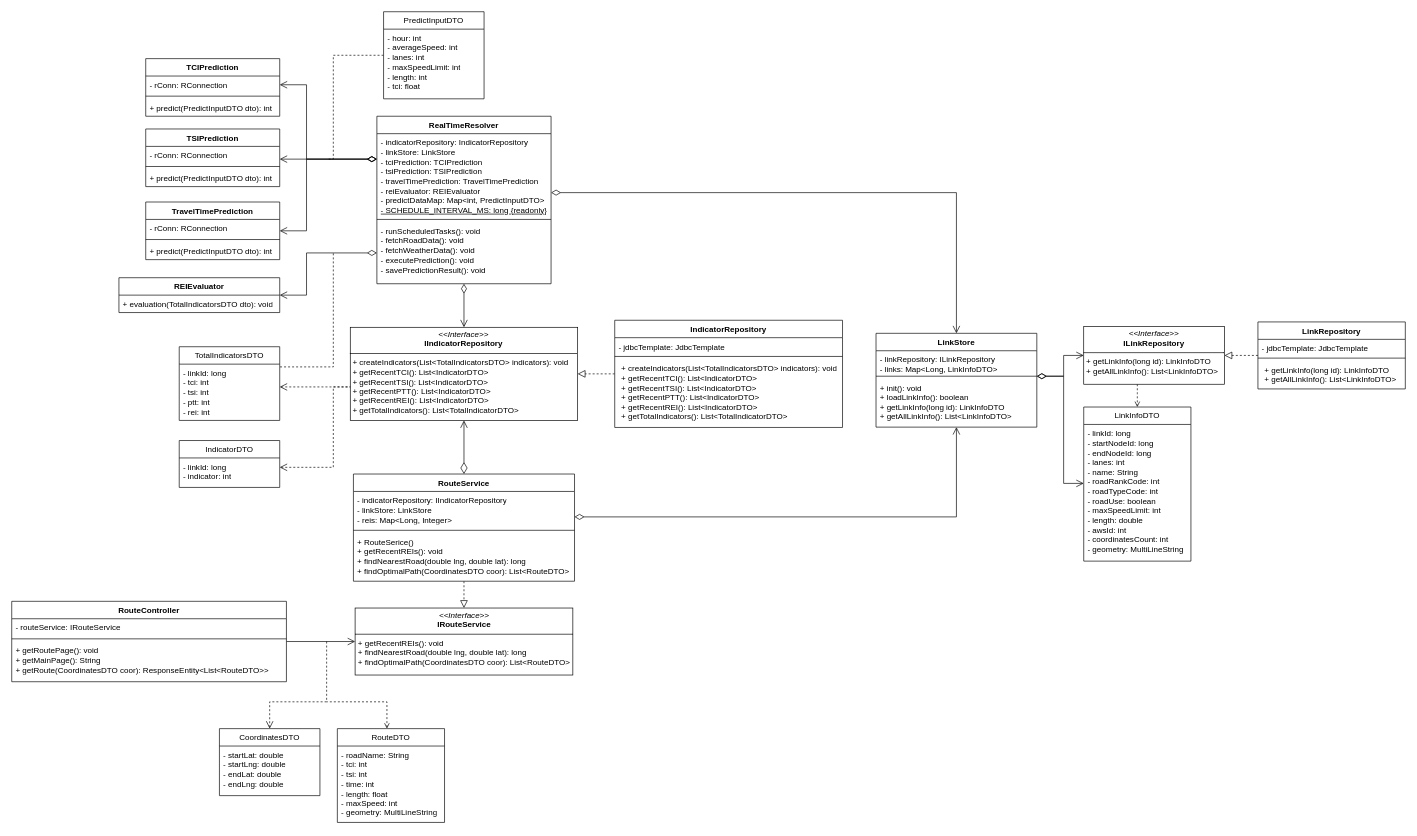
Earlier version of the draw.io diagram 04.Portfolio/ClassDiagram.drawio (SD-PARK/project-log). Source tidied: cells renumbered, new cells numbered last; positions are measured from the earlier drawing's top-left corner, leaving out a move shared by most shapes. Both pictures are drawn from the tidied source at 67%, with x=0, y=0 at pixel (11, 11).
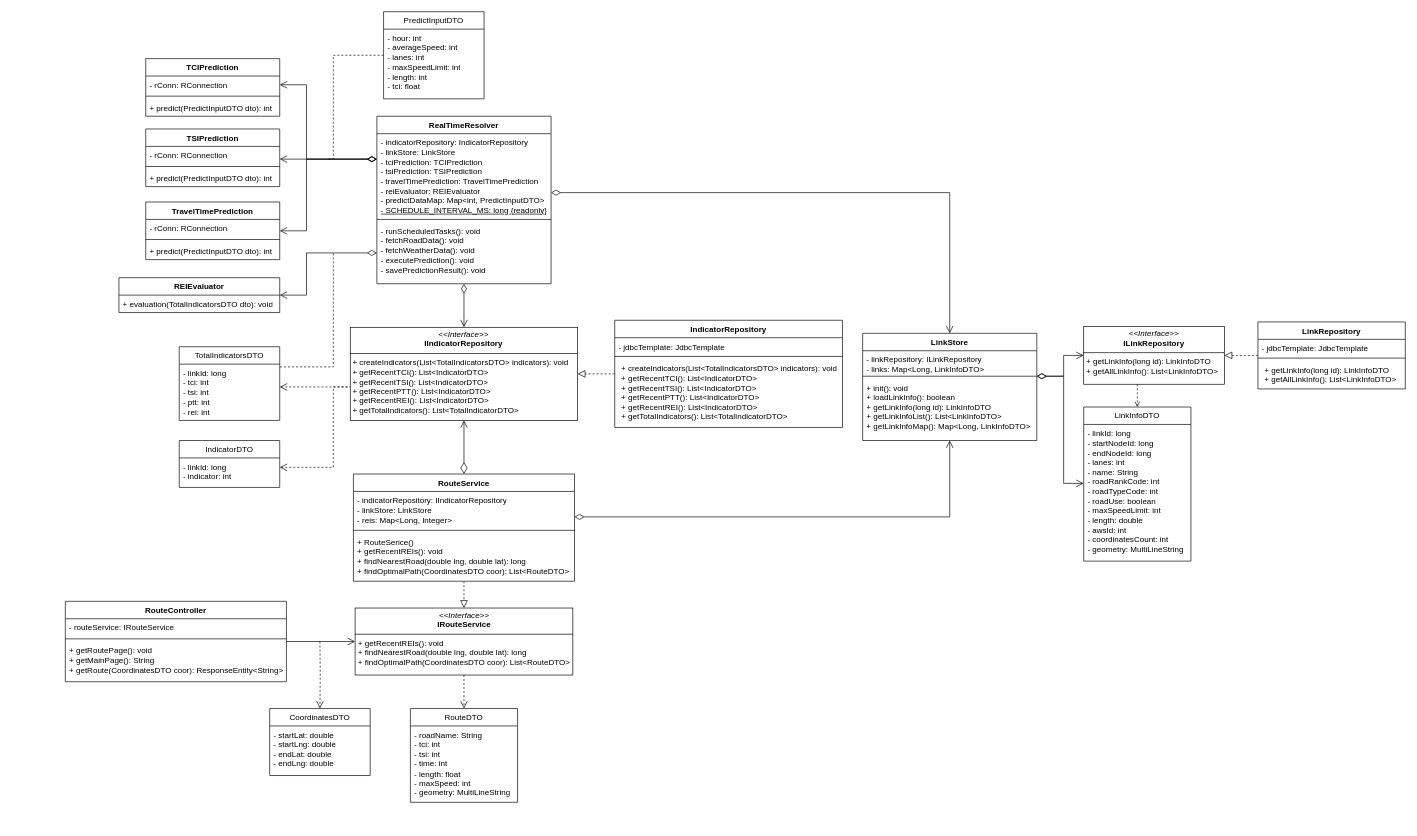
After the change.

Commit message:
docs: ClassDiagram 일부 클래스 연관 관계 수정 및 메서드명 변경

Unchanged cells that the change refers to:
```xml
<mxCell id="4" value="- indicatorRepository: IndicatorRepository&lt;div&gt;- linkStore: LinkStore&lt;br&gt;&lt;div&gt;- tciPrediction: TCI&lt;span style=&quot;background-color: initial;&quot;&gt;Prediction&lt;/span&gt;&lt;/div&gt;&lt;div&gt;- tsiPrediction: TSI&lt;span style=&quot;background-color: initial;&quot;&gt;Prediction&lt;/span&gt;&lt;/div&gt;&lt;div&gt;- travelTimePrediction: TravelTime&lt;span style=&quot;background-color: initial;&quot;&gt;Prediction&lt;/span&gt;&lt;/div&gt;&lt;div&gt;- reiEvaluator: REIEvaluator&lt;/div&gt;&lt;/div&gt;&lt;div&gt;- predictDataMap: Map&amp;lt;int, PredictInputDTO&amp;gt;&lt;/div&gt;&lt;u&gt;- SCHEDULE_INTERVAL_MS: long {readonly}&lt;/u&gt;" style="text;strokeColor=none;fillColor=none;align=left;verticalAlign=top;spacingLeft=4;spacingRight=4;overflow=hidden;points=[[0,0.5],[1,0.5]];portConstraint=eastwest;whiteSpace=wrap;html=1;" parent="3" vertex="1">
  <mxGeometry y="26" width="260" height="124" as="geometry" />
</mxCell>
<mxCell id="30" value="RouteService" style="swimlane;fontStyle=1;align=center;verticalAlign=top;horizontal=1;startSize=26;whiteSpace=wrap;html=1;swimlaneFillColor=default;" parent="1" vertex="1">
  <mxGeometry x="510" y="690" width="330" height="160" as="geometry" />
</mxCell>
<mxCell id="40" value="&lt;p style=&quot;margin:0px;margin-top:4px;text-align:center;&quot;&gt;&lt;i&gt;&amp;lt;&amp;lt;Interface&amp;gt;&amp;gt;&lt;/i&gt;&lt;br&gt;&lt;b&gt;I&lt;/b&gt;&lt;b style=&quot;background-color: initial;&quot;&gt;RouteService&lt;/b&gt;&lt;/p&gt;&lt;hr size=&quot;1&quot; style=&quot;border-style:solid;&quot;&gt;&lt;p style=&quot;margin:0px;margin-left:4px;&quot;&gt;+ getRecentREIs(): void&lt;/p&gt;&lt;p style=&quot;margin:0px;margin-left:4px;&quot;&gt;+ findNearestRoad(double lng, double lat): long&lt;/p&gt;&lt;p style=&quot;margin:0px;margin-left:4px;&quot;&gt;+ findOptimalPath(CoordinatesDTO coor): List&amp;lt;RouteDTO&amp;gt;&lt;/p&gt;" style="verticalAlign=top;align=left;overflow=fill;html=1;whiteSpace=wrap;swimlaneFillColor=default;" parent="1" vertex="1">
  <mxGeometry x="512.5" y="890" width="325" height="100" as="geometry" />
</mxCell>
```

The edit, as a diff of the source:
```diff
@@
-    <mxCell id="22" style="edgeStyle=orthogonalEdgeStyle;rounded=0;jettySize=auto;html=1;endArrow=open;endFill=0;dashed=1;endSize=9;entryX=0.5;entryY=0;entryDx=0;entryDy=0;" parent="1" edge="1" target="34">
+    <mxCell id="22" style="edgeStyle=orthogonalEdgeStyle;rounded=0;jettySize=auto;html=1;endArrow=open;endFill=0;dashed=1;endSize=9;" parent="1" edge="1" target="34">
       <mxGeometry relative="1" as="geometry">
-        <mxPoint x="470" y="940" as="sourcePoint" />
-        <Array as="points">
-          <mxPoint x="470" y="1030" />
-          <mxPoint x="385" y="1030" />
-        </Array>
+        <mxPoint x="460" y="940" as="sourcePoint" />
       </mxGeometry>
     </mxCell>
     <mxCell id="23" value="RouteController" style="swimlane;fontStyle=1;align=center;verticalAlign=top;horizontal=1;startSize=26;whiteSpace=wrap;html=1;swimlaneFillColor=default;" parent="1" vertex="1">
-      <mxGeometry y="880" width="410" height="120" as="geometry" />
+      <mxGeometry x="80" y="880" width="330" height="120" as="geometry" />
     </mxCell>
     <mxCell id="24" value="- routeService: IRouteService" style="text;strokeColor=none;fillColor=none;align=left;verticalAlign=top;spacingLeft=4;spacingRight=4;overflow=hidden;whiteSpace=wrap;html=1;" parent="23" vertex="1">
-      <mxGeometry y="26" width="410" height="26" as="geometry" />
+      <mxGeometry y="26" width="330" height="26" as="geometry" />
     </mxCell>
     <mxCell id="25" style="line;strokeWidth=1;fillColor=none;align=left;verticalAlign=middle;spacingTop=-1;spacingLeft=3;spacingRight=3;labelPosition=right;strokeColor=inherit;" parent="23" vertex="1">
-      <mxGeometry y="52" width="410" height="8" as="geometry" />
+      <mxGeometry y="52" width="330" height="8" as="geometry" />
     </mxCell>
-    <mxCell id="26" value="+ getRoutePage(): void&lt;div&gt;+ getMainPage(): String&lt;/div&gt;&lt;div&gt;+ getRoute(CoordinatesDTO coor):&amp;nbsp;ResponseEntity&amp;lt;List&amp;lt;RouteDTO&amp;gt;&amp;gt;&lt;/div&gt;" style="text;strokeColor=none;fillColor=none;align=left;verticalAlign=top;spacingLeft=4;spacingRight=4;overflow=hidden;whiteSpace=wrap;html=1;" parent="23" vertex="1">
-      <mxGeometry y="60" width="410" height="60" as="geometry" />
+    <mxCell id="26" value="+ getRoutePage(): void&lt;div&gt;+ getMainPage(): String&lt;/div&gt;&lt;div&gt;+ getRoute(CoordinatesDTO coor):&amp;nbsp;ResponseEntity&amp;lt;String&amp;gt;&lt;/div&gt;" style="text;strokeColor=none;fillColor=none;align=left;verticalAlign=top;spacingLeft=4;spacingRight=4;overflow=hidden;whiteSpace=wrap;html=1;" parent="23" vertex="1">
+      <mxGeometry y="60" width="330" height="60" as="geometry" />
     </mxCell>
@@
     <mxCell id="29" style="edgeStyle=orthogonalEdgeStyle;rounded=0;jettySize=auto;html=1;endArrow=open;endFill=0;endSize=9;startArrow=diamondThin;startFill=0;startSize=12;" parent="1" edge="1" source="30" target="58">
       <mxGeometry relative="1" as="geometry">
         <Array as="points">
-          <mxPoint x="1410" y="754" />
+          <mxPoint x="1400" y="754" />
         </Array>
       </mxGeometry>
     </mxCell>
@@
     <mxCell id="34" value="CoordinatesDTO" style="swimlane;fontStyle=0;horizontal=1;startSize=26;fillColor=none;whiteSpace=wrap;html=1;swimlaneFillColor=default;" parent="1" vertex="1">
-      <mxGeometry x="310" y="1070" width="150" height="100" as="geometry" />
+      <mxGeometry x="385" y="1040" width="150" height="100" as="geometry" />
     </mxCell>
@@
+    <mxCell id="76" style="edgeStyle=none;html=1;dashed=1;endArrow=open;endFill=0;endSize=9;" parent="1" edge="1" source="40" target="42">
+      <mxGeometry relative="1" as="geometry" />
+    </mxCell>
@@
-    <mxCell id="41" style="edgeStyle=orthogonalEdgeStyle;rounded=0;jettySize=auto;html=1;endArrow=none;endFill=0;dashed=1;startArrow=open;startFill=0;" parent="1" edge="1" source="42">
-      <mxGeometry relative="1" as="geometry">
-        <mxPoint x="470" y="1030" as="targetPoint" />
-        <Array as="points">
-          <mxPoint x="560" y="1030" />
-        </Array>
-      </mxGeometry>
-    </mxCell>
     <mxCell id="42" value="RouteDTO" style="swimlane;fontStyle=0;horizontal=1;startSize=26;fillColor=none;whiteSpace=wrap;html=1;swimlaneFillColor=default;" parent="1" vertex="1">
-      <mxGeometry x="486" y="1070" width="160" height="140" as="geometry" />
+      <mxGeometry x="595" y="1040" width="160" height="140" as="geometry" />
     </mxCell>
@@
     <mxCell id="55" value="LinkStore" style="swimlane;fontStyle=1;align=center;verticalAlign=top;horizontal=1;startSize=26;whiteSpace=wrap;html=1;swimlaneFillColor=default;" parent="1" vertex="1">
-      <mxGeometry x="1290" y="480" width="240" height="140" as="geometry" />
+      <mxGeometry x="1270" y="480" width="260" height="160" as="geometry" />
     </mxCell>
     <mxCell id="56" value="&lt;div&gt;- linkRepository: ILinkRepository&lt;/div&gt;- links: Map&amp;lt;Long, LinkInfoDTO&amp;gt;" style="text;strokeColor=none;fillColor=none;align=left;verticalAlign=top;spacingLeft=4;spacingRight=4;overflow=hidden;whiteSpace=wrap;html=1;" parent="55" vertex="1">
-      <mxGeometry y="26" width="240" height="34" as="geometry" />
+      <mxGeometry y="26" width="260" height="34" as="geometry" />
     </mxCell>
     <mxCell id="57" style="line;strokeWidth=1;fillColor=none;align=left;verticalAlign=middle;spacingTop=-1;spacingLeft=3;spacingRight=3;labelPosition=right;points=[];portConstraint=eastwest;strokeColor=inherit;" parent="55" vertex="1">
-      <mxGeometry y="60" width="240" height="8" as="geometry" />
+      <mxGeometry y="60" width="260" height="8" as="geometry" />
     </mxCell>
-    <mxCell id="58" value="+ init(): void&lt;div&gt;+ loadLinkInfo(): boolean&lt;/div&gt;&lt;div&gt;+ getLinkInfo(long id): LinkInfoDTO&lt;/div&gt;&lt;div&gt;+ getAllLinkInfo(): List&amp;lt;LinkInfoDTO&amp;gt;&lt;br&gt;&lt;/div&gt;" style="text;strokeColor=none;fillColor=none;align=left;verticalAlign=top;spacingLeft=4;spacingRight=4;overflow=hidden;points=[[0,0.5],[1,0.5]];portConstraint=eastwest;whiteSpace=wrap;html=1;" parent="55" vertex="1">
-      <mxGeometry y="68" width="240" height="72" as="geometry" />
+    <mxCell id="58" value="+ init(): void&lt;div&gt;+ loadLinkInfo(): boolean&lt;/div&gt;&lt;div&gt;+ getLinkInfo(long id): LinkInfoDTO&lt;/div&gt;&lt;div&gt;+ getLinkInfoList(): List&amp;lt;LinkInfoDTO&amp;gt;&lt;br&gt;&lt;/div&gt;&lt;div&gt;+ getLinkInfoMap(): Map&amp;lt;Long, LinkInfoDTO&amp;gt;&lt;/div&gt;" style="text;strokeColor=none;fillColor=none;align=left;verticalAlign=top;spacingLeft=4;spacingRight=4;overflow=hidden;points=[[0,0.5],[1,0.5]];portConstraint=eastwest;whiteSpace=wrap;html=1;" parent="55" vertex="1">
+      <mxGeometry y="68" width="260" height="92" as="geometry" />
     </mxCell>
@@
     <mxCell id="64" style="edgeStyle=orthogonalEdgeStyle;rounded=0;jettySize=auto;html=1;entryX=0.5;entryY=0;entryDx=0;entryDy=0;endArrow=open;endFill=0;endSize=9;startArrow=diamondThin;startFill=0;startSize=12;" parent="1" edge="1" source="4" target="55">
       <mxGeometry relative="1" as="geometry">
         <Array as="points">
-          <mxPoint x="1410" y="270" />
+          <mxPoint x="1400" y="270" />
         </Array>
       </mxGeometry>
     </mxCell>
```
